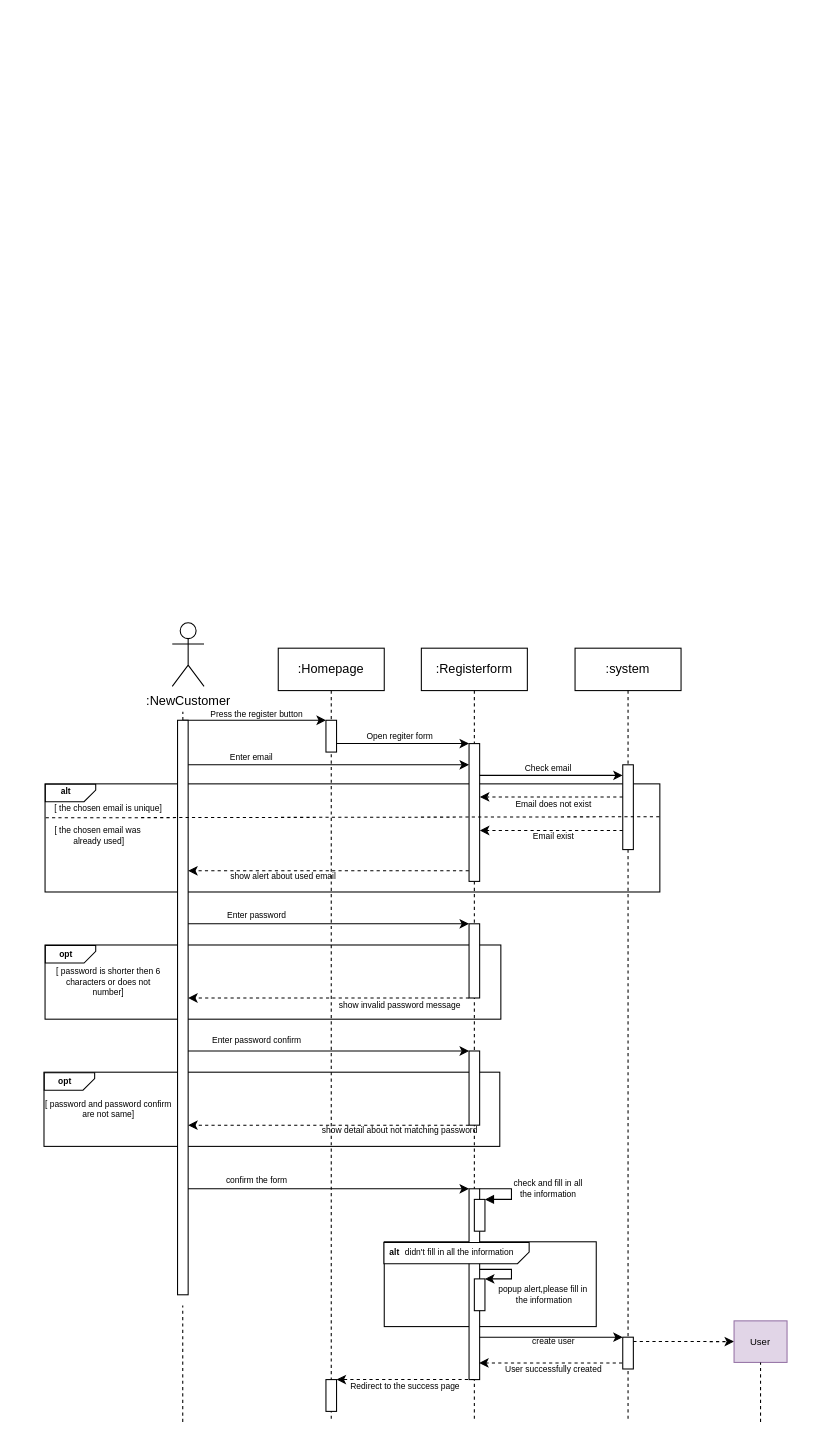
Above: se.drawio in Yaya25aom/bookhotel (draw.io), before the change. Source tidied: cells renumbered, new cells numbered last; positions are measured from the earlier drawing's top-left corner, leaving out a move shared by most shapes. Both pictures are drawn from the tidied source at 106%, with x=0, y=0 at pixel (18, 622).
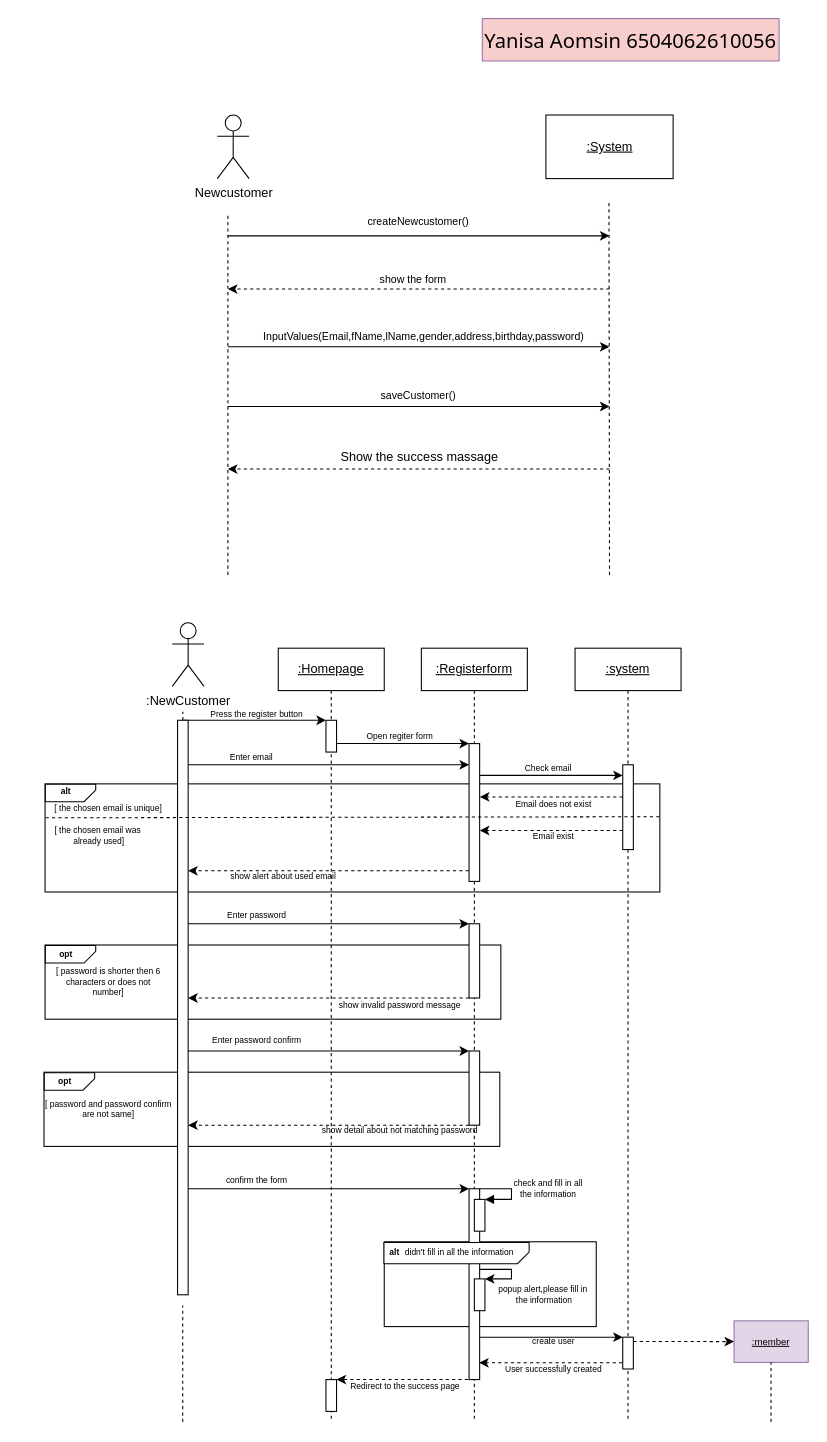
The same page after the edit.

What changed in the source:
```diff
@@
-    <mxCell id="6" value=":Registerform" style="shape=umlLifeline;perimeter=lifelinePerimeter;whiteSpace=wrap;html=1;newEdgeStyle={&quot;edgeStyle&quot;:&quot;elbowEdgeStyle&quot;,&quot;elbow&quot;:&quot;vertical&quot;,&quot;curved&quot;:0,&quot;rounded&quot;:0};" parent="1" vertex="1">
+    <mxCell id="6" value="&lt;u&gt;:Registerform&lt;/u&gt;" style="shape=umlLifeline;perimeter=lifelinePerimeter;whiteSpace=wrap;html=1;newEdgeStyle={&quot;edgeStyle&quot;:&quot;elbowEdgeStyle&quot;,&quot;elbow&quot;:&quot;vertical&quot;,&quot;curved&quot;:0,&quot;rounded&quot;:0};" parent="1" vertex="1">
       <mxGeometry x="380" y="24" width="100" height="730" as="geometry" />
     </mxCell>
@@
-    <mxCell id="12" value=":system" style="shape=umlLifeline;perimeter=lifelinePerimeter;whiteSpace=wrap;html=1;newEdgeStyle={&quot;edgeStyle&quot;:&quot;elbowEdgeStyle&quot;,&quot;elbow&quot;:&quot;vertical&quot;,&quot;curved&quot;:0,&quot;rounded&quot;:0};" parent="1" vertex="1">
+    <mxCell id="12" value="&lt;u&gt;:system&lt;/u&gt;" style="shape=umlLifeline;perimeter=lifelinePerimeter;whiteSpace=wrap;html=1;newEdgeStyle={&quot;edgeStyle&quot;:&quot;elbowEdgeStyle&quot;,&quot;elbow&quot;:&quot;vertical&quot;,&quot;curved&quot;:0,&quot;rounded&quot;:0};" parent="1" vertex="1">
       <mxGeometry x="525" y="24" width="100" height="730" as="geometry" />
     </mxCell>
@@
-    <mxCell id="35" value=":Homepage" style="shape=umlLifeline;perimeter=lifelinePerimeter;whiteSpace=wrap;html=1;newEdgeStyle={&quot;edgeStyle&quot;:&quot;elbowEdgeStyle&quot;,&quot;elbow&quot;:&quot;vertical&quot;,&quot;curved&quot;:0,&quot;rounded&quot;:0};" parent="1" vertex="1">
+    <mxCell id="35" value="&lt;u&gt;:Homepage&lt;/u&gt;" style="shape=umlLifeline;perimeter=lifelinePerimeter;whiteSpace=wrap;html=1;newEdgeStyle={&quot;edgeStyle&quot;:&quot;elbowEdgeStyle&quot;,&quot;elbow&quot;:&quot;vertical&quot;,&quot;curved&quot;:0,&quot;rounded&quot;:0};" parent="1" vertex="1">
       <mxGeometry x="245" y="24" width="100" height="730" as="geometry" />
     </mxCell>
@@
-    <mxCell id="67" value="User" style="rounded=0;fillColor=#e1d5e7;strokeColor=#9673a6;fontSize=9;" parent="1" vertex="1">
-      <mxGeometry x="675" y="658.6" width="50" height="39.2" as="geometry" />
+    <mxCell id="67" value=":member" style="rounded=0;fillColor=#e1d5e7;strokeColor=#9673a6;fontSize=9;fontStyle=4;" parent="1" vertex="1">
+      <mxGeometry x="675" y="658.6" width="70" height="39.2" as="geometry" />
     </mxCell>
     <mxCell id="68" style="endArrow=classic;html=1;rounded=0;dashed=1;" parent="1" edge="1">
       <mxGeometry relative="1" as="geometry">
-        <mxPoint x="569.5" y="698.3" as="sourcePoint" />
-        <mxPoint x="434.5" y="698.3" as="targetPoint" />
+        <mxPoint x="569.5" y="698.2" as="sourcePoint" />
+        <mxPoint x="434.5" y="698.2" as="targetPoint" />
       </mxGeometry>
     </mxCell>
@@
-    <mxCell id="72" style="endArrow=none;dashed=1;html=1;rounded=0;entryX=0.5;entryY=1;entryDx=0;entryDy=0;" parent="1" edge="1" target="67">
+    <mxCell id="72" style="endArrow=none;dashed=1;html=1;rounded=0;entryX=0.5;entryY=1;entryDx=0;entryDy=0;" parent="1" edge="1">
       <mxGeometry relative="1" as="geometry">
-        <mxPoint x="700" y="754" as="sourcePoint" />
+        <mxPoint x="709.9" y="754" as="sourcePoint" />
+        <mxPoint x="709.9" y="697.9" as="targetPoint" />
       </mxGeometry>
     </mxCell>
@@
+    <mxCell id="75" value="Newcustomer" style="shape=umlActor;verticalLabelPosition=bottom;verticalAlign=top;html=1;" parent="1" vertex="1">
+      <mxGeometry x="187.5" y="-479" width="30" height="60" as="geometry" />
+    </mxCell>
+    <mxCell id="76" style="endArrow=none;dashed=1;html=1;rounded=0;" parent="1" edge="1">
+      <mxGeometry relative="1" as="geometry">
+        <mxPoint x="197.5" y="-45" as="sourcePoint" />
+        <mxPoint x="197.5" y="-385" as="targetPoint" />
+      </mxGeometry>
+    </mxCell>
+    <mxCell id="77" value="&lt;u&gt;:System&lt;/u&gt;" style="rounded=0;whiteSpace=wrap;html=1;" parent="1" vertex="1">
+      <mxGeometry x="497.5" y="-479" width="120" height="60" as="geometry" />
+    </mxCell>
+    <mxCell id="78" style="endArrow=none;dashed=1;html=1;rounded=0;" parent="1" edge="1">
+      <mxGeometry relative="1" as="geometry">
+        <mxPoint x="557.5" y="-45" as="sourcePoint" />
+        <mxPoint x="557" y="-398" as="targetPoint" />
+      </mxGeometry>
+    </mxCell>
+    <mxCell id="79" style="endArrow=classic;html=1;rounded=0;" parent="1" edge="1">
+      <mxGeometry relative="1" as="geometry">
+        <mxPoint x="197.5" y="-365" as="sourcePoint" />
+        <mxPoint x="557.5" y="-365" as="targetPoint" />
+      </mxGeometry>
+    </mxCell>
+    <mxCell id="80" value="createNewcustomer()" style="text;align=center;verticalAlign=middle;strokeColor=none;fillColor=none;fontSize=10;" parent="1" vertex="1">
+      <mxGeometry x="317.5" y="-394" width="120" height="30" as="geometry" />
+    </mxCell>
+    <mxCell id="81" style="endArrow=classic;html=1;rounded=0;dashed=1;" parent="1" edge="1">
+      <mxGeometry relative="1" as="geometry">
+        <mxPoint x="557.5" y="-314.8" as="sourcePoint" />
+        <mxPoint x="197.5" y="-314.8" as="targetPoint" />
+      </mxGeometry>
+    </mxCell>
+    <mxCell id="82" value="show the form" style="text;align=center;verticalAlign=middle;strokeColor=none;fillColor=none;fontSize=10;" parent="1" vertex="1">
+      <mxGeometry x="327.5" y="-339" width="90" height="30" as="geometry" />
+    </mxCell>
+    <mxCell id="83" style="endArrow=classic;html=1;rounded=0;" parent="1" edge="1">
+      <mxGeometry relative="1" as="geometry">
+        <mxPoint x="197.5" y="-260.3" as="sourcePoint" />
+        <mxPoint x="557.5" y="-260.3" as="targetPoint" />
+      </mxGeometry>
+    </mxCell>
+    <mxCell id="84" value="InputValues(Email,fName,lName,gender,address,birthday,password)" style="text;align=center;verticalAlign=middle;strokeColor=none;fillColor=none;fontSize=10;" parent="1" vertex="1">
+      <mxGeometry x="217.5" y="-285" width="330" height="30" as="geometry" />
+    </mxCell>
+    <mxCell id="85" style="endArrow=classic;html=1;rounded=0;" parent="1" edge="1">
+      <mxGeometry relative="1" as="geometry">
+        <mxPoint x="197.5" y="-204" as="sourcePoint" />
+        <mxPoint x="557.5" y="-204" as="targetPoint" />
+      </mxGeometry>
+    </mxCell>
+    <mxCell id="86" value="saveCustomer()" style="text;align=center;verticalAlign=middle;strokeColor=none;fillColor=none;fontSize=10;" parent="1" vertex="1">
+      <mxGeometry x="332.5" y="-230" width="90" height="30" as="geometry" />
+    </mxCell>
+    <mxCell id="87" style="endArrow=classic;html=1;rounded=0;dashed=1;" parent="1" edge="1">
+      <mxGeometry relative="1" as="geometry">
+        <mxPoint x="557.5" y="-145" as="sourcePoint" />
+        <mxPoint x="197.5" y="-145" as="targetPoint" />
+      </mxGeometry>
+    </mxCell>
+    <mxCell id="88" value="Show the success massage" style="text;html=1;align=center;verticalAlign=middle;strokeColor=none;fillColor=none;" parent="1" vertex="1">
+      <mxGeometry x="292.5" y="-171.2" width="170" height="30" as="geometry" />
+    </mxCell>
+    <mxCell id="89" value="Yanisa Aomsin 6504062610056" style="text;align=center;verticalAlign=middle;strokeColor=#9673a6;fillColor=#F8CECC;fontSize=19;fontFamily=Tahoma;" parent="1" vertex="1">
+      <mxGeometry x="437.5" y="-570" width="280" height="40" as="geometry" />
+    </mxCell>
```
